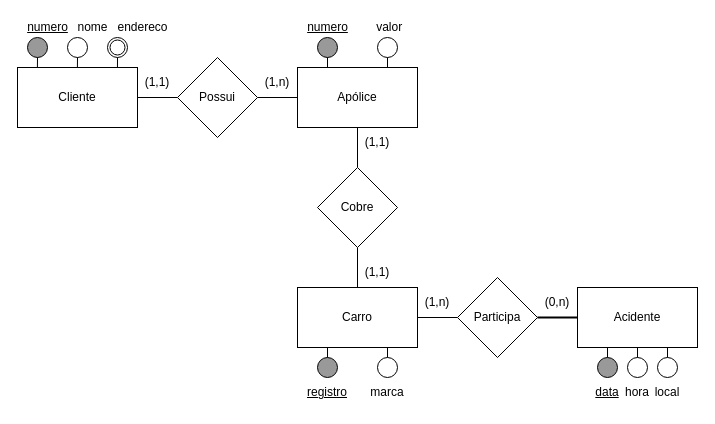
andreeeeeeeee/Engenharia_Software keeps this draw.io diagram as page "Ex-1-ER" (1 of 2) of Lista6_16-05/Lista6.drawio. Above is the earlier version. Source tidied: cells renumbered, new cells numbered last; positions are measured from the earlier drawing's top-left corner, leaving out a move shared by most shapes. Both pictures are drawn from the tidied source at 100%, with x=0, y=0 at pixel (17, 17).
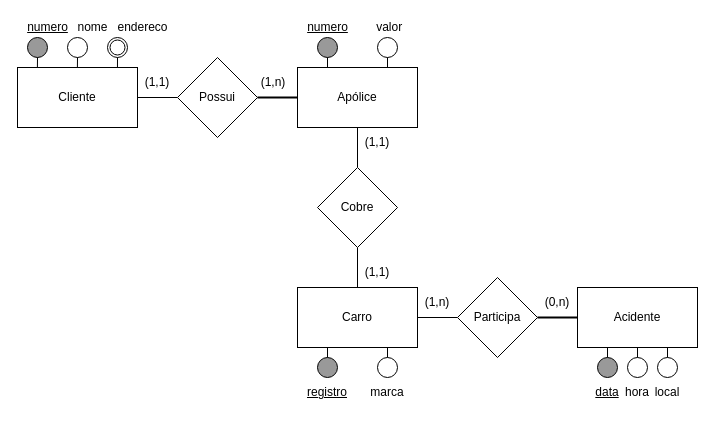
Above is the later version.

The change refers to these unchanged cells:
```xml
<mxCell id="5" value="Possui" style="rhombus;whiteSpace=wrap;html=1;" parent="1" vertex="1">
  <mxGeometry x="160" y="40" width="80" height="80" as="geometry" />
</mxCell>
<mxCell id="7" value="Apólice" style="rounded=0;whiteSpace=wrap;html=1;" parent="1" vertex="1">
  <mxGeometry x="280" y="50" width="120" height="60" as="geometry" />
</mxCell>
```

What changed in the source:
```diff
@@
-    <mxCell id="4" style="edgeStyle=orthogonalEdgeStyle;rounded=0;jettySize=auto;html=1;endArrow=none;endFill=0;" parent="1" edge="1" source="5" target="7">
+    <mxCell id="4" style="edgeStyle=orthogonalEdgeStyle;rounded=0;jettySize=auto;html=1;endArrow=none;endFill=0;strokeWidth=2;" parent="1" edge="1" source="5" target="7">
       <mxGeometry relative="1" as="geometry" />
     </mxCell>
@@
     <mxCell id="15" value="(1,n)" style="text;html=1;strokeColor=none;fillColor=none;align=center;verticalAlign=middle;whiteSpace=wrap;rounded=0;" parent="1" vertex="1">
-      <mxGeometry x="230" y="50" width="60" height="30" as="geometry" />
+      <mxGeometry x="226" y="50" width="60" height="30" as="geometry" />
     </mxCell>
```
